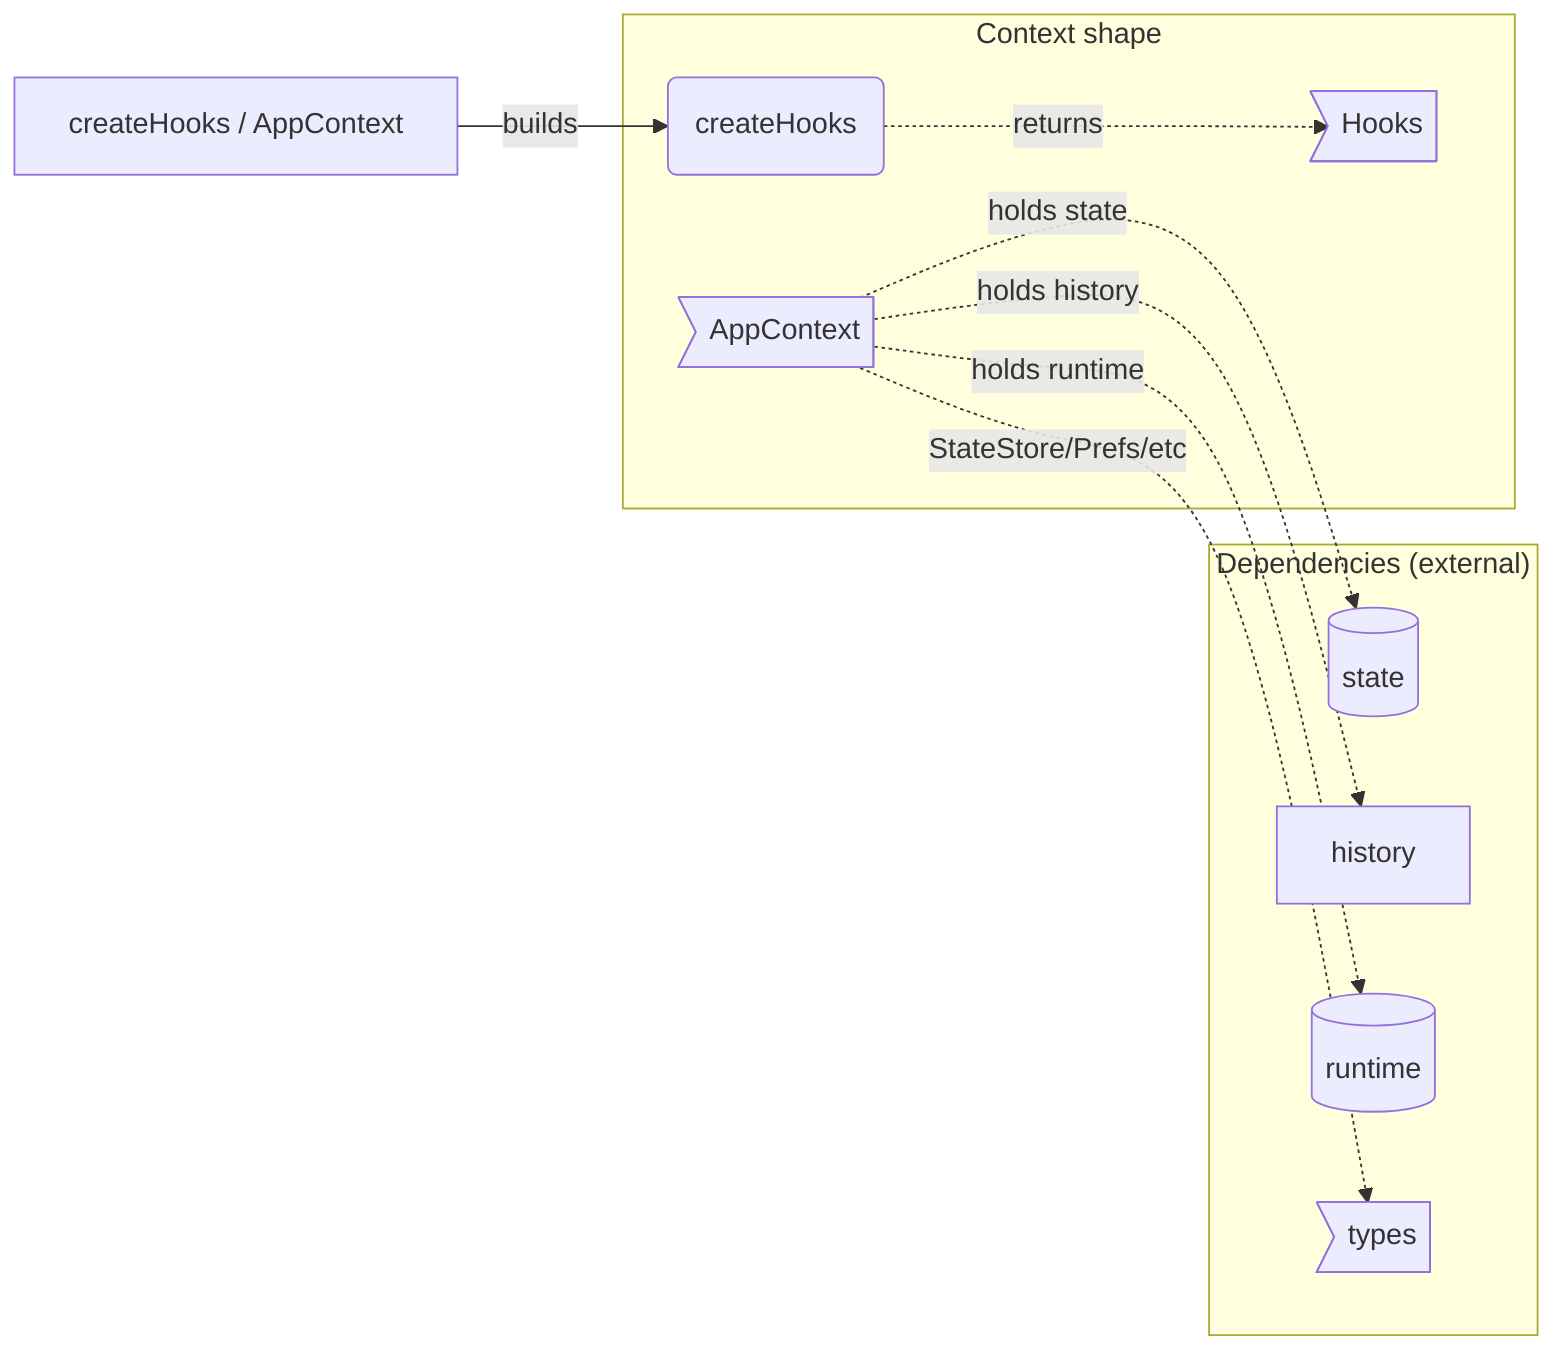
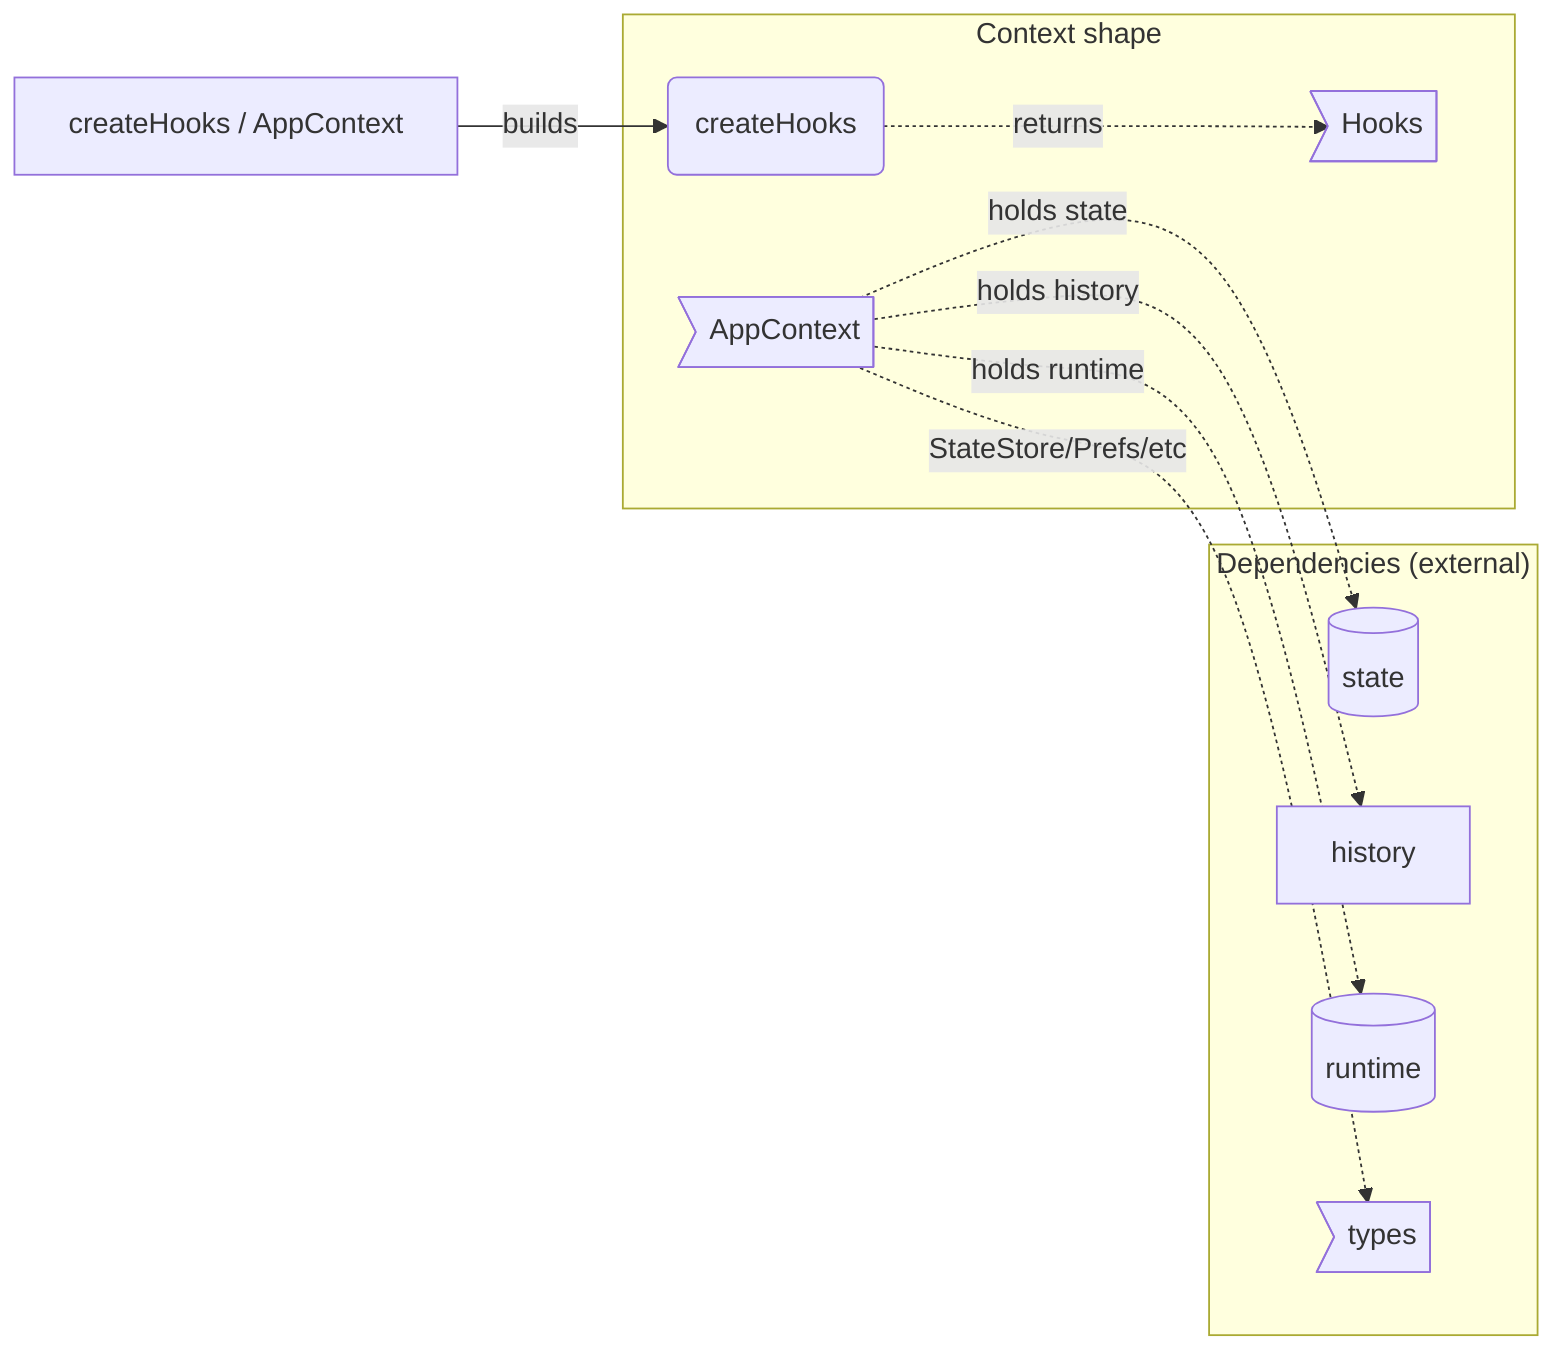
flowchart LR
%% root context
%% AUTHORED FROM src/core/context/context.ts
%% --- container (canonical public contract) ---
%% fm:meta context name=createHooks
%% fm:meta context desc=the shared conduit. AppContext is the one object every module reads (dom, state, cam, prefs, history, runtime, clipboard, view, bodies, hooks). Hooks is the late-bound cross-module call table main fills after every init() runs; calling a hook before boot is a programming error (assertive defaults).
%% fm:meta context i0.name=createHooks
%% fm:meta context i0.returns=Hooks
%% --- internal ---
%% fm:meta createHooks name=createHooks
%% fm:meta createHooks desc=build a Hooks table of throwing placeholders; main overwrites each with the real cross-module function during wiring.
%% --- deps (external; canonical defs live in root.mmd) ---
%% fm:meta AppContext name=AppContext
%% fm:meta Hooks name=Hooks
%% fm:meta state name=state
%% fm:meta history name=history
%% fm:meta runtime name=runtime
%% fm:meta types name=types
%% --- kinds ---
%% kind context module
%% kind createHooks function
%% kind AppContext type
%% kind Hooks type
+ %% src createHooks src/core/context/context.ts#createHooks
+ %% src AppContext src/core/context/context.ts#AppContext
+ %% src Hooks src/core/context/context.ts#Hooks
%% kind state store
%% kind history module
%% kind runtime store
%% kind types type
%% --- containment ---
%% parent shape context
  subgraph shape ["Context shape"]
    createHooks("createHooks")
    AppContext>"AppContext"]
    Hooks>"Hooks"]
  end
  subgraph deps ["Dependencies (external)"]
    state[("state")]
    history["history"]
    runtime[("runtime")]
    types>"types"]
  end
  context["createHooks / AppContext"]
  context -->|builds| createHooks
  createHooks -.->|returns| Hooks
  AppContext -.->|holds state| state
  AppContext -.->|holds history| history
  AppContext -.->|holds runtime| runtime
  AppContext -.->|StateStore/Prefs/etc| types
